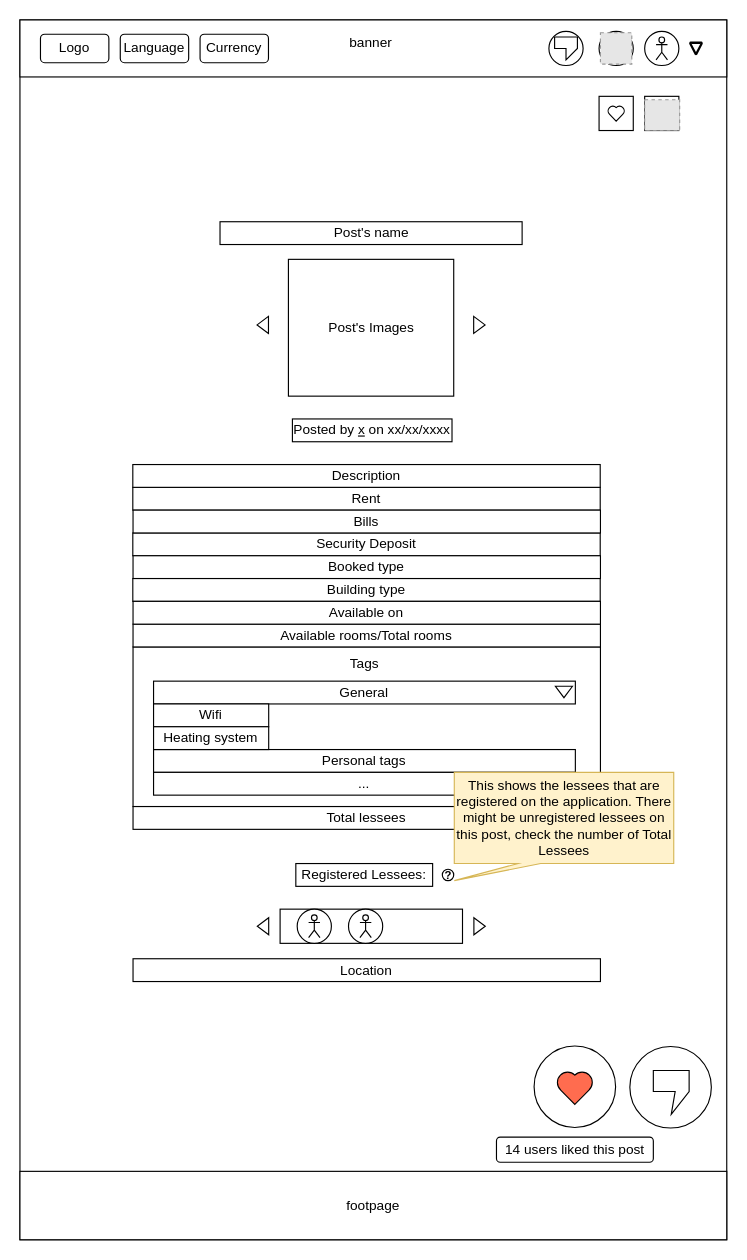
The draw.io diagram CroquisWeb/DrawIO/Building Post View.drawio in sofwarebakery/CroquisWeb, before the edit. Source tidied: cells renumbered, new cells numbered last; positions are measured from the earlier drawing's top-left corner, leaving out a move shared by most shapes. Both pictures are drawn from the tidied source at 114%, with x=0, y=0 at pixel (19, 19). Pictures stored in the file or linked from it are replaced by grey dashed boxes.
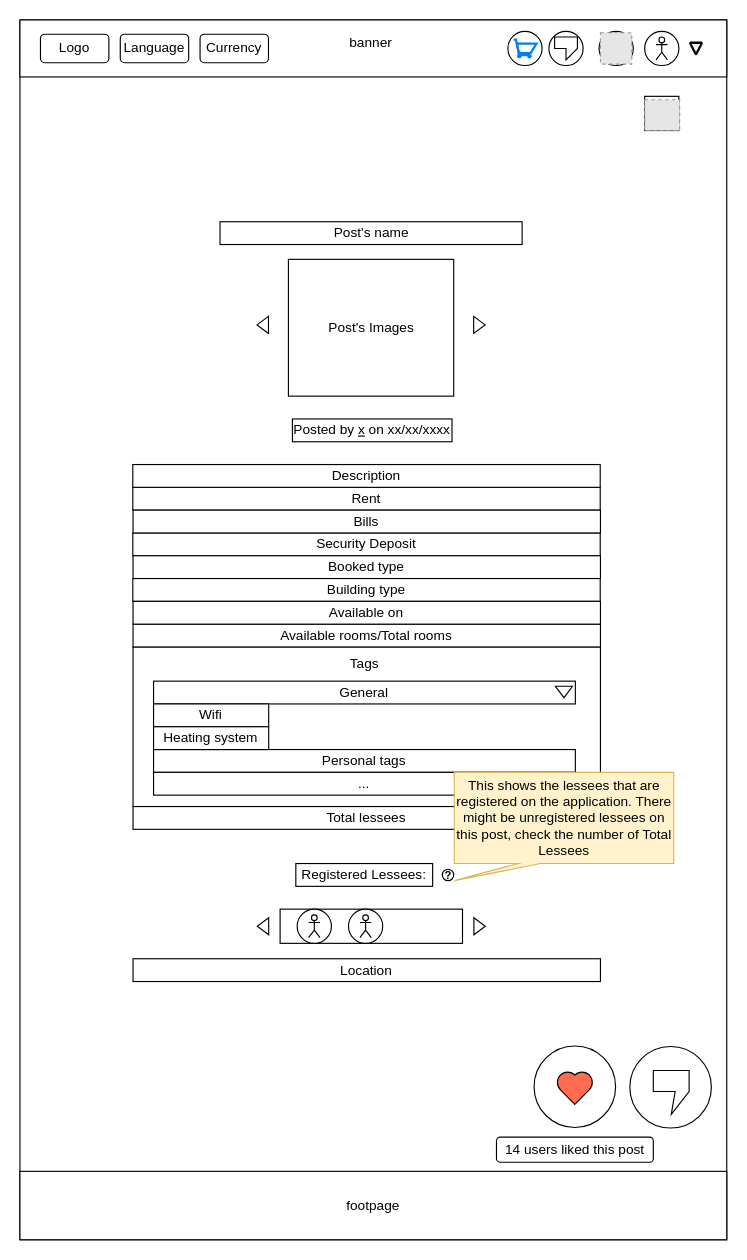
Above is the later version.

The edit, as a diff of the source:
```diff
@@
-    <mxCell id="24" style="rounded=0;whiteSpace=wrap;html=1;" parent="1" vertex="1">
-      <mxGeometry x="508" y="67" width="30" height="30" as="geometry" />
-    </mxCell>
-    <mxCell id="25" style="verticalLabelPosition=bottom;verticalAlign=top;html=1;shape=mxgraph.basic.heart;" parent="1" vertex="1">
-      <mxGeometry x="515.5" y="75.2" width="15" height="13.5" as="geometry" />
-    </mxCell>
@@
+    <mxCell id="61" style="ellipse;whiteSpace=wrap;html=1;" parent="1" vertex="1">
+      <mxGeometry x="428" y="10" width="30" height="30" as="geometry" />
+    </mxCell>
+    <mxCell id="62" style="html=1;verticalLabelPosition=bottom;align=center;labelBackgroundColor=#ffffff;verticalAlign=top;strokeWidth=2;strokeColor=#0080F0;shadow=0;dashed=0;shape=mxgraph.ios7.icons.shopping_cart;" parent="1" vertex="1">
+      <mxGeometry x="433" y="17.2" width="20" height="15.5" as="geometry" />
+    </mxCell>
```
